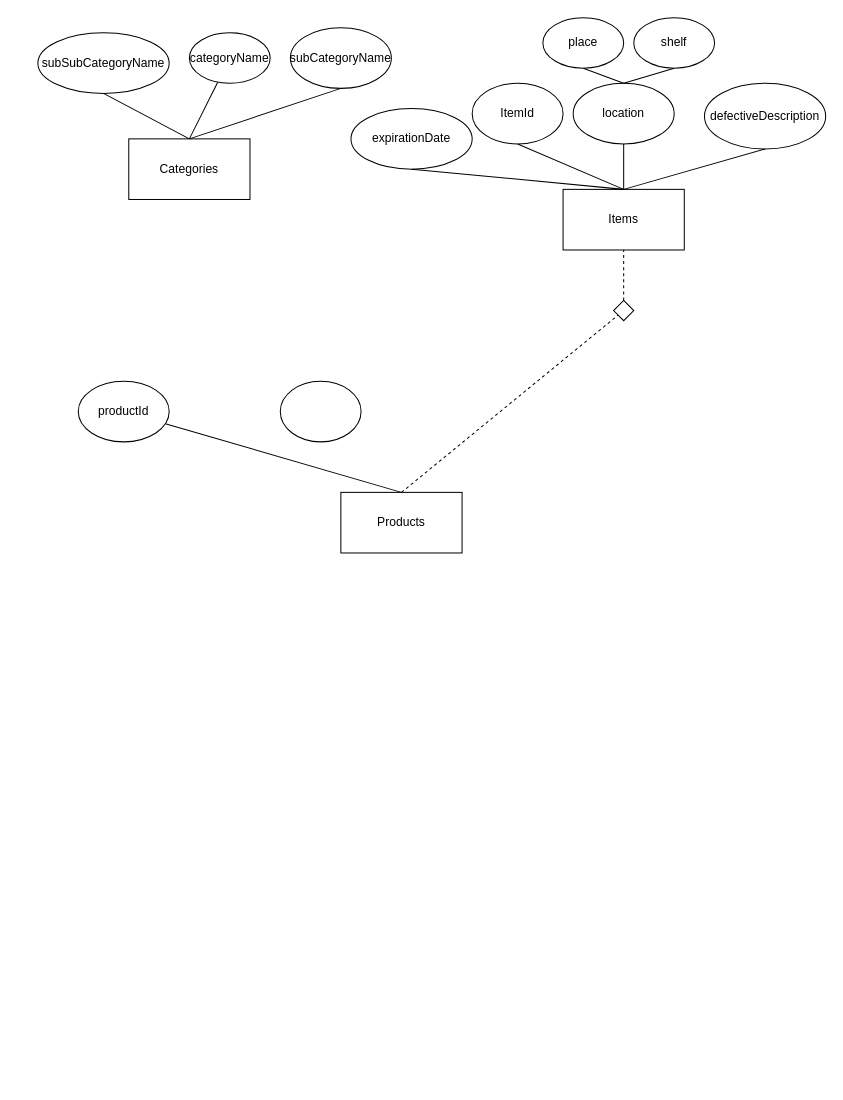
Naveavra/Market keeps this draw.io diagram as docs/erd.drawio. Above is the earlier version. Source tidied: cells renumbered, new cells numbered last; positions are measured from the earlier drawing's top-left corner, leaving out a move shared by most shapes. Both pictures are drawn from the tidied source at 101%, with x=0, y=0 at pixel (37, 17).
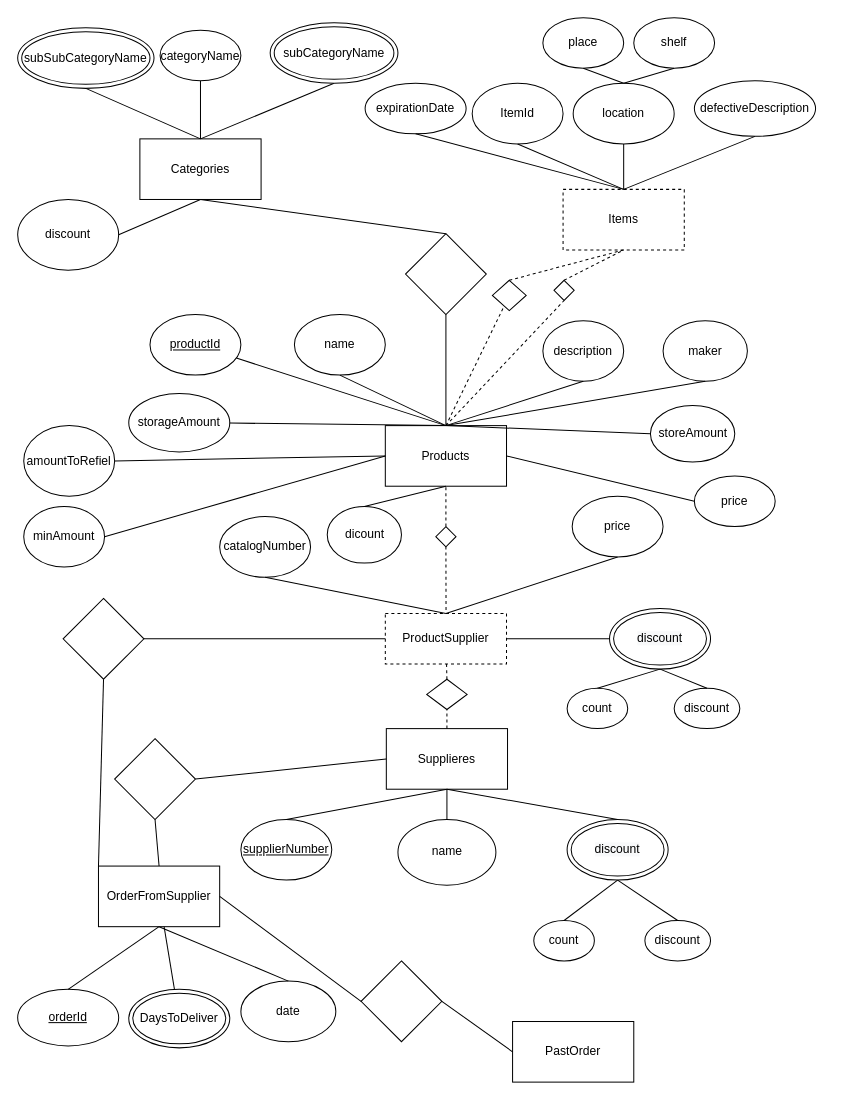
Above is the later version.

Change to the diagram source:
```diff
@@
     <mxCell id="2" value="&lt;span&gt;Categories&lt;/span&gt;" style="rounded=0;whiteSpace=wrap;html=1;" parent="1" vertex="1">
-      <mxGeometry x="90" y="120" width="120" height="60" as="geometry" />
+      <mxGeometry x="101" y="120" width="120" height="60" as="geometry" />
     </mxCell>
     <mxCell id="3" value="Products" style="rounded=0;whiteSpace=wrap;html=1;" parent="1" vertex="1">
-      <mxGeometry x="300" y="470" width="120" height="60" as="geometry" />
+      <mxGeometry x="344" y="403.9" width="120" height="60" as="geometry" />
     </mxCell>
-    <mxCell id="4" value="Items" style="rounded=0;whiteSpace=wrap;html=1;" parent="1" vertex="1">
+    <mxCell id="4" value="Items" style="rounded=0;whiteSpace=wrap;html=1;dashed=1;" parent="1" vertex="1">
       <mxGeometry x="520" y="170" width="120" height="60" as="geometry" />
     </mxCell>
@@
     <mxCell id="6" value="categoryName" style="ellipse;whiteSpace=wrap;html=1;" parent="1" vertex="1">
-      <mxGeometry x="150" y="15" width="80" height="50" as="geometry" />
+      <mxGeometry x="121" y="12.5" width="80" height="50" as="geometry" />
     </mxCell>
-    <mxCell id="7" value="subCategoryName" style="ellipse;whiteSpace=wrap;html=1;" parent="1" vertex="1">
-      <mxGeometry x="250" y="10" width="100" height="60" as="geometry" />
-    </mxCell>
@@
-    <mxCell id="9" value="subSubCategoryName" style="ellipse;whiteSpace=wrap;html=1;" parent="1" vertex="1">
-      <mxGeometry y="15" width="130" height="60" as="geometry" />
-    </mxCell>
@@
-    <mxCell id="12" value="productId" style="ellipse;whiteSpace=wrap;html=1;" parent="1" vertex="1">
-      <mxGeometry x="40" y="360" width="90" height="60" as="geometry" />
+    <mxCell id="12" value="&lt;u&gt;productId&lt;/u&gt;" style="ellipse;whiteSpace=wrap;html=1;" parent="1" vertex="1">
+      <mxGeometry x="111" y="293.9" width="90" height="60" as="geometry" />
     </mxCell>
@@
-    <mxCell id="21" style="endArrow=none;dashed=1;html=1;rounded=0;exitX=0.5;exitY=0;exitDx=0;exitDy=0;" parent="1" edge="1" source="3" target="22">
+    <mxCell id="21" style="endArrow=none;dashed=1;html=1;rounded=0;exitX=0.5;exitY=0;exitDx=0;exitDy=0;entryX=0.5;entryY=1;entryDx=0;entryDy=0;" parent="1" edge="1" source="3" target="22">
       <mxGeometry relative="1" as="geometry" />
     </mxCell>
     <mxCell id="22" style="rhombus;whiteSpace=wrap;html=1;" parent="1" vertex="1">
-      <mxGeometry x="570" y="280" width="20" height="20" as="geometry" />
+      <mxGeometry x="511" y="260" width="20" height="20" as="geometry" />
     </mxCell>
@@
     <mxCell id="24" value="defectiveDescription" style="ellipse;whiteSpace=wrap;html=1;" parent="1" vertex="1">
-      <mxGeometry x="660" y="65" width="120" height="65" as="geometry" />
+      <mxGeometry x="650" y="62.5" width="120" height="55" as="geometry" />
     </mxCell>
@@
     <mxCell id="26" value="expirationDate" style="ellipse;whiteSpace=wrap;html=1;" parent="1" vertex="1">
-      <mxGeometry x="310" y="90" width="120" height="60" as="geometry" />
+      <mxGeometry x="324" y="65" width="100" height="50" as="geometry" />
     </mxCell>
@@
-    <mxCell id="28" style="ellipse;whiteSpace=wrap;html=1;" parent="1" vertex="1">
-      <mxGeometry x="240" y="360" width="80" height="60" as="geometry" />
+    <mxCell id="28" value="name" style="ellipse;whiteSpace=wrap;html=1;" parent="1" vertex="1">
+      <mxGeometry x="254" y="293.9" width="90" height="60" as="geometry" />
     </mxCell>
+    <mxCell id="29" value="ProductSupplier" style="rounded=0;whiteSpace=wrap;html=1;dashed=1;" parent="1" vertex="1">
+      <mxGeometry x="344" y="590" width="120" height="50" as="geometry" />
+    </mxCell>
+    <mxCell id="30" value="price" style="ellipse;whiteSpace=wrap;html=1;" parent="1" vertex="1">
+      <mxGeometry x="529" y="473.9" width="90" height="60" as="geometry" />
+    </mxCell>
+    <mxCell id="31" value="Supplieres" style="rounded=0;whiteSpace=wrap;html=1;" parent="1" vertex="1">
+      <mxGeometry x="345" y="703.9" width="120" height="60" as="geometry" />
+    </mxCell>
+    <mxCell id="32" style="rhombus;whiteSpace=wrap;html=1;" parent="1" vertex="1">
+      <mxGeometry x="385" y="655" width="40" height="30" as="geometry" />
+    </mxCell>
+    <mxCell id="33" style="endArrow=none;dashed=1;html=1;rounded=0;exitX=0.5;exitY=0;exitDx=0;exitDy=0;" parent="1" edge="1" source="32" target="29">
+      <mxGeometry relative="1" as="geometry" />
+    </mxCell>
+    <mxCell id="34" style="endArrow=none;dashed=1;html=1;rounded=0;exitX=0.5;exitY=0;exitDx=0;exitDy=0;entryX=0.5;entryY=1;entryDx=0;entryDy=0;" parent="1" edge="1" source="31" target="32">
+      <mxGeometry relative="1" as="geometry" />
+    </mxCell>
+    <mxCell id="35" style="rhombus;whiteSpace=wrap;html=1;" parent="1" vertex="1">
+      <mxGeometry x="394" y="503.9" width="20" height="20" as="geometry" />
+    </mxCell>
+    <mxCell id="36" style="endArrow=none;dashed=1;html=1;rounded=0;exitX=0.501;exitY=-0.07;exitDx=0;exitDy=0;exitPerimeter=0;entryX=0.5;entryY=1;entryDx=0;entryDy=0;" parent="1" edge="1" source="29" target="35">
+      <mxGeometry relative="1" as="geometry" />
+    </mxCell>
+    <mxCell id="37" style="endArrow=none;dashed=1;html=1;rounded=0;exitX=0.5;exitY=0;exitDx=0;exitDy=0;entryX=0.5;entryY=1;entryDx=0;entryDy=0;" parent="1" edge="1" source="35" target="3">
+      <mxGeometry relative="1" as="geometry" />
+    </mxCell>
+    <mxCell id="38" value="catalogNumber" style="ellipse;whiteSpace=wrap;html=1;" parent="1" vertex="1">
+      <mxGeometry x="180" y="494" width="90" height="60" as="geometry" />
+    </mxCell>
+    <mxCell id="39" style="endArrow=none;html=1;rounded=0;exitX=0.5;exitY=1;exitDx=0;exitDy=0;entryX=0.5;entryY=0;entryDx=0;entryDy=0;" parent="1" edge="1" source="38" target="29">
+      <mxGeometry relative="1" as="geometry" />
+    </mxCell>
+    <mxCell id="40" style="endArrow=none;html=1;rounded=0;exitX=0.5;exitY=0;exitDx=0;exitDy=0;entryX=0.5;entryY=1;entryDx=0;entryDy=0;" parent="1" edge="1" source="29" target="30">
+      <mxGeometry relative="1" as="geometry" />
+    </mxCell>
+    <mxCell id="41" value="&#10;&#10;&lt;span style=&quot;color: rgb(0, 0, 0); font-family: helvetica; font-size: 12px; font-style: normal; font-weight: 400; letter-spacing: normal; text-align: center; text-indent: 0px; text-transform: none; word-spacing: 0px; background-color: rgb(248, 249, 250); display: inline; float: none;&quot;&gt;discount&lt;/span&gt;&#10;&#10;" style="ellipse;shape=doubleEllipse;whiteSpace=wrap;html=1;" parent="1" vertex="1">
+      <mxGeometry x="566" y="585" width="100" height="60" as="geometry" />
+    </mxCell>
+    <mxCell id="42" style="endArrow=none;html=1;rounded=0;exitX=0;exitY=0.5;exitDx=0;exitDy=0;entryX=1;entryY=0.5;entryDx=0;entryDy=0;" parent="1" edge="1" source="41" target="29">
+      <mxGeometry relative="1" as="geometry" />
+    </mxCell>
+    <mxCell id="43" style="endArrow=none;html=1;rounded=0;entryX=0.5;entryY=1;entryDx=0;entryDy=0;exitX=0.5;exitY=0;exitDx=0;exitDy=0;" parent="1" edge="1" source="44" target="41">
+      <mxGeometry relative="1" as="geometry" />
+    </mxCell>
+    <mxCell id="44" value="count" style="ellipse;whiteSpace=wrap;html=1;" parent="1" vertex="1">
+      <mxGeometry x="524" y="663.9" width="60" height="40" as="geometry" />
+    </mxCell>
+    <mxCell id="45" value="discount" style="ellipse;whiteSpace=wrap;html=1;" parent="1" vertex="1">
+      <mxGeometry x="630" y="663.9" width="65" height="40" as="geometry" />
+    </mxCell>
+    <mxCell id="46" style="endArrow=none;html=1;rounded=0;exitX=0.5;exitY=0;exitDx=0;exitDy=0;entryX=0.5;entryY=1;entryDx=0;entryDy=0;" parent="1" edge="1" source="45" target="41">
+      <mxGeometry relative="1" as="geometry" />
+    </mxCell>
+    <mxCell id="47" value="&lt;u&gt;supplierNumber&lt;/u&gt;" style="ellipse;whiteSpace=wrap;html=1;" parent="1" vertex="1">
+      <mxGeometry x="201" y="793.9" width="90" height="60" as="geometry" />
+    </mxCell>
+    <mxCell id="48" style="endArrow=none;html=1;rounded=0;exitX=0.5;exitY=0;exitDx=0;exitDy=0;entryX=0.5;entryY=1;entryDx=0;entryDy=0;" parent="1" edge="1" source="47" target="31">
+      <mxGeometry relative="1" as="geometry" />
+    </mxCell>
+    <mxCell id="49" value="name" style="ellipse;whiteSpace=wrap;html=1;" parent="1" vertex="1">
+      <mxGeometry x="356.5" y="793.9" width="97" height="65" as="geometry" />
+    </mxCell>
+    <mxCell id="50" style="endArrow=none;html=1;rounded=0;exitX=0.5;exitY=0;exitDx=0;exitDy=0;entryX=0.5;entryY=1;entryDx=0;entryDy=0;" parent="1" edge="1" source="49" target="31">
+      <mxGeometry relative="1" as="geometry" />
+    </mxCell>
+    <mxCell id="51" style="endArrow=none;html=1;rounded=0;exitX=0.5;exitY=1;exitDx=0;exitDy=0;entryX=0.5;entryY=0;entryDx=0;entryDy=0;" parent="1" edge="1" source="31" target="52">
+      <mxGeometry relative="1" as="geometry" />
+    </mxCell>
+    <mxCell id="52" value="&#10;&#10;&lt;span style=&quot;color: rgb(0, 0, 0); font-family: helvetica; font-size: 12px; font-style: normal; font-weight: 400; letter-spacing: normal; text-align: center; text-indent: 0px; text-transform: none; word-spacing: 0px; background-color: rgb(248, 249, 250); display: inline; float: none;&quot;&gt;discount&lt;/span&gt;&#10;&#10;" style="ellipse;shape=doubleEllipse;whiteSpace=wrap;html=1;" parent="1" vertex="1">
+      <mxGeometry x="524" y="793.9" width="100" height="60" as="geometry" />
+    </mxCell>
+    <mxCell id="53" style="endArrow=none;html=1;rounded=0;entryX=0.5;entryY=1;entryDx=0;entryDy=0;exitX=0.5;exitY=0;exitDx=0;exitDy=0;" parent="1" edge="1" source="54" target="52">
+      <mxGeometry relative="1" as="geometry" />
+    </mxCell>
+    <mxCell id="54" value="count" style="ellipse;whiteSpace=wrap;html=1;" parent="1" vertex="1">
+      <mxGeometry x="491" y="893.9" width="60" height="40" as="geometry" />
+    </mxCell>
+    <mxCell id="55" value="discount" style="ellipse;whiteSpace=wrap;html=1;" parent="1" vertex="1">
+      <mxGeometry x="601" y="893.9" width="65" height="40" as="geometry" />
+    </mxCell>
+    <mxCell id="56" style="endArrow=none;html=1;rounded=0;exitX=0.5;exitY=0;exitDx=0;exitDy=0;entryX=0.5;entryY=1;entryDx=0;entryDy=0;" parent="1" edge="1" source="55" target="52">
+      <mxGeometry relative="1" as="geometry" />
+    </mxCell>
+    <mxCell id="57" value="OrderFromSupplier" style="rounded=0;whiteSpace=wrap;html=1;" parent="1" vertex="1">
+      <mxGeometry x="60" y="840" width="120" height="60" as="geometry" />
+    </mxCell>
+    <mxCell id="58" value="&lt;u&gt;orderId&lt;/u&gt;" style="ellipse;whiteSpace=wrap;html=1;" parent="1" vertex="1">
+      <mxGeometry x="-20" y="962" width="100" height="56.1" as="geometry" />
+    </mxCell>
+    <mxCell id="59" style="endArrow=none;html=1;rounded=0;entryX=0.5;entryY=1;entryDx=0;entryDy=0;exitX=0.5;exitY=0;exitDx=0;exitDy=0;" parent="1" edge="1" source="58" target="57">
+      <mxGeometry relative="1" as="geometry" />
+    </mxCell>
+    <mxCell id="60" style="rhombus;whiteSpace=wrap;html=1;" parent="1" vertex="1">
+      <mxGeometry x="76" y="713.9" width="80" height="80" as="geometry" />
+    </mxCell>
+    <mxCell id="61" style="endArrow=none;html=1;rounded=0;exitX=0.5;exitY=0;exitDx=0;exitDy=0;entryX=0.5;entryY=1;entryDx=0;entryDy=0;" parent="1" edge="1" source="57" target="60">
+      <mxGeometry relative="1" as="geometry" />
+    </mxCell>
+    <mxCell id="62" style="endArrow=none;html=1;rounded=0;entryX=0;entryY=0.5;entryDx=0;entryDy=0;exitX=1;exitY=0.5;exitDx=0;exitDy=0;" parent="1" edge="1" source="60" target="31">
+      <mxGeometry relative="1" as="geometry" />
+    </mxCell>
+    <mxCell id="63" value="date" style="ellipse;whiteSpace=wrap;html=1;" parent="1" vertex="1">
+      <mxGeometry x="201" y="953.9" width="94" height="60" as="geometry" />
+    </mxCell>
+    <mxCell id="64" style="endArrow=none;html=1;rounded=0;exitX=0.5;exitY=1;exitDx=0;exitDy=0;entryX=0.5;entryY=0;entryDx=0;entryDy=0;" parent="1" edge="1" source="57" target="63">
+      <mxGeometry relative="1" as="geometry" />
+    </mxCell>
+    <mxCell id="65" style="rhombus;whiteSpace=wrap;html=1;" parent="1" vertex="1">
+      <mxGeometry x="25" y="575" width="80" height="80" as="geometry" />
+    </mxCell>
+    <mxCell id="66" style="endArrow=none;html=1;rounded=0;exitX=0;exitY=0;exitDx=0;exitDy=0;entryX=0.5;entryY=1;entryDx=0;entryDy=0;" parent="1" edge="1" source="57" target="65">
+      <mxGeometry relative="1" as="geometry" />
+    </mxCell>
+    <mxCell id="67" style="endArrow=none;html=1;rounded=0;exitX=1;exitY=0.5;exitDx=0;exitDy=0;entryX=0;entryY=0.5;entryDx=0;entryDy=0;" parent="1" edge="1" source="65" target="29">
+      <mxGeometry relative="1" as="geometry" />
+    </mxCell>
+    <mxCell id="68" value="PastOrder" style="rounded=0;whiteSpace=wrap;html=1;" parent="1" vertex="1">
+      <mxGeometry x="470" y="993.9" width="120" height="60" as="geometry" />
+    </mxCell>
+    <mxCell id="69" style="rhombus;whiteSpace=wrap;html=1;" parent="1" vertex="1">
+      <mxGeometry x="320" y="933.9" width="80" height="80" as="geometry" />
+    </mxCell>
+    <mxCell id="70" style="endArrow=none;html=1;rounded=0;exitX=1;exitY=0.5;exitDx=0;exitDy=0;entryX=0;entryY=0.5;entryDx=0;entryDy=0;" parent="1" edge="1" source="57" target="69">
+      <mxGeometry relative="1" as="geometry" />
+    </mxCell>
+    <mxCell id="71" style="endArrow=none;html=1;rounded=0;exitX=1;exitY=0.5;exitDx=0;exitDy=0;entryX=0;entryY=0.5;entryDx=0;entryDy=0;" parent="1" edge="1" source="69" target="68">
+      <mxGeometry relative="1" as="geometry" />
+    </mxCell>
+    <mxCell id="72" value="DaysToDeliver" style="ellipse;shape=doubleEllipse;whiteSpace=wrap;html=1;" parent="1" vertex="1">
+      <mxGeometry x="90" y="962" width="100" height="58" as="geometry" />
+    </mxCell>
+    <mxCell id="73" style="endArrow=none;html=1;rounded=0;" parent="1" edge="1" source="57" target="72">
+      <mxGeometry relative="1" as="geometry" />
+    </mxCell>
+    <mxCell id="74" style="rhombus;whiteSpace=wrap;html=1;" parent="1" vertex="1">
+      <mxGeometry x="364" y="213.9" width="80" height="80" as="geometry" />
+    </mxCell>
+    <mxCell id="75" style="endArrow=none;html=1;rounded=0;exitX=0.5;exitY=0;exitDx=0;exitDy=0;entryX=0.5;entryY=1;entryDx=0;entryDy=0;" parent="1" edge="1" source="3" target="74">
+      <mxGeometry relative="1" as="geometry" />
+    </mxCell>
+    <mxCell id="76" style="endArrow=none;html=1;rounded=0;exitX=0.5;exitY=0;exitDx=0;exitDy=0;entryX=0.5;entryY=1;entryDx=0;entryDy=0;" parent="1" edge="1" source="74" target="2">
+      <mxGeometry relative="1" as="geometry" />
+    </mxCell>
+    <mxCell id="77" value="description" style="ellipse;whiteSpace=wrap;html=1;" parent="1" vertex="1">
+      <mxGeometry x="500" y="300" width="80" height="60" as="geometry" />
+    </mxCell>
+    <mxCell id="78" style="endArrow=none;html=1;rounded=0;entryX=0.5;entryY=1;entryDx=0;entryDy=0;exitX=0.5;exitY=0;exitDx=0;exitDy=0;" parent="1" edge="1" source="3" target="77">
+      <mxGeometry relative="1" as="geometry" />
+    </mxCell>
+    <mxCell id="79" style="endArrow=none;html=1;rounded=0;entryX=0.5;entryY=1;entryDx=0;entryDy=0;exitX=0.5;exitY=0;exitDx=0;exitDy=0;" parent="1" edge="1" source="3" target="28">
+      <mxGeometry relative="1" as="geometry" />
+    </mxCell>
+    <mxCell id="80" value="maker" style="ellipse;whiteSpace=wrap;html=1;" parent="1" vertex="1">
+      <mxGeometry x="619" y="300" width="83.5" height="60" as="geometry" />
+    </mxCell>
+    <mxCell id="81" style="endArrow=none;html=1;rounded=0;entryX=0.5;entryY=1;entryDx=0;entryDy=0;exitX=0.5;exitY=0;exitDx=0;exitDy=0;" parent="1" edge="1" source="3" target="80">
+      <mxGeometry relative="1" as="geometry" />
+    </mxCell>
+    <mxCell id="82" value="storeAmount" style="ellipse;whiteSpace=wrap;html=1;" parent="1" vertex="1">
+      <mxGeometry x="606.5" y="383.9" width="83.5" height="56.1" as="geometry" />
+    </mxCell>
+    <mxCell id="83" style="endArrow=none;html=1;rounded=0;entryX=0;entryY=0.5;entryDx=0;entryDy=0;exitX=0.5;exitY=0;exitDx=0;exitDy=0;" parent="1" edge="1" source="3" target="82">
+      <mxGeometry relative="1" as="geometry" />
+    </mxCell>
+    <mxCell id="84" value="storageAmount" style="ellipse;whiteSpace=wrap;html=1;" parent="1" vertex="1">
+      <mxGeometry x="90" y="372" width="100" height="58" as="geometry" />
+    </mxCell>
+    <mxCell id="85" style="endArrow=none;html=1;rounded=0;entryX=0.5;entryY=0;entryDx=0;entryDy=0;" parent="1" edge="1" source="84" target="3">
+      <mxGeometry relative="1" as="geometry" />
+    </mxCell>
+    <mxCell id="86" value="amountToRefiel" style="ellipse;whiteSpace=wrap;html=1;" parent="1" vertex="1">
+      <mxGeometry x="-14" y="403.9" width="90" height="70" as="geometry" />
+    </mxCell>
+    <mxCell id="87" value="minAmount" style="ellipse;whiteSpace=wrap;html=1;" parent="1" vertex="1">
+      <mxGeometry x="-14" y="483.9" width="80" height="60" as="geometry" />
+    </mxCell>
+    <mxCell id="88" style="endArrow=none;html=1;rounded=0;entryX=0;entryY=0.5;entryDx=0;entryDy=0;exitX=1;exitY=0.5;exitDx=0;exitDy=0;" parent="1" edge="1" source="87" target="3">
+      <mxGeometry relative="1" as="geometry" />
+    </mxCell>
+    <mxCell id="89" style="endArrow=none;html=1;rounded=0;exitX=1;exitY=0.5;exitDx=0;exitDy=0;entryX=0;entryY=0.5;entryDx=0;entryDy=0;" parent="1" edge="1" source="86" target="3">
+      <mxGeometry relative="1" as="geometry" />
+    </mxCell>
+    <mxCell id="90" value="price" style="ellipse;whiteSpace=wrap;html=1;" parent="1" vertex="1">
+      <mxGeometry x="650" y="453.9" width="80" height="50" as="geometry" />
+    </mxCell>
+    <mxCell id="91" style="endArrow=none;html=1;rounded=0;entryX=0;entryY=0.5;entryDx=0;entryDy=0;exitX=1;exitY=0.5;exitDx=0;exitDy=0;" parent="1" edge="1" source="3" target="90">
+      <mxGeometry relative="1" as="geometry" />
+    </mxCell>
+    <mxCell id="92" value="dicount" style="ellipse;whiteSpace=wrap;html=1;" parent="1" vertex="1">
+      <mxGeometry x="286.5" y="483.9" width="73.5" height="56.1" as="geometry" />
+    </mxCell>
+    <mxCell id="93" style="endArrow=none;html=1;rounded=0;entryX=0.5;entryY=1;entryDx=0;entryDy=0;exitX=0.5;exitY=0;exitDx=0;exitDy=0;" parent="1" edge="1" source="92" target="3">
+      <mxGeometry relative="1" as="geometry" />
+    </mxCell>
+    <mxCell id="94" style="endArrow=none;dashed=1;html=1;rounded=0;exitX=0.5;exitY=0;exitDx=0;exitDy=0;" parent="1" edge="1" source="3" target="95">
+      <mxGeometry relative="1" as="geometry" />
+    </mxCell>
+    <mxCell id="95" style="rhombus;whiteSpace=wrap;html=1;" parent="1" vertex="1">
+      <mxGeometry x="450" y="260" width="33.5" height="30" as="geometry" />
+    </mxCell>
+    <mxCell id="96" style="endArrow=none;dashed=1;html=1;rounded=0;exitX=0.5;exitY=0;exitDx=0;exitDy=0;" parent="1" edge="1" source="95">
+      <mxGeometry relative="1" as="geometry">
+        <mxPoint x="580" y="230" as="targetPoint" />
+      </mxGeometry>
+    </mxCell>
+    <mxCell id="97" value="discount" style="ellipse;whiteSpace=wrap;html=1;" parent="1" vertex="1">
+      <mxGeometry x="-20" y="180" width="100" height="70" as="geometry" />
+    </mxCell>
+    <mxCell id="98" style="endArrow=none;html=1;rounded=0;exitX=1;exitY=0.5;exitDx=0;exitDy=0;entryX=0.5;entryY=1;entryDx=0;entryDy=0;" parent="1" edge="1" source="97" target="2">
+      <mxGeometry relative="1" as="geometry" />
+    </mxCell>
+    <mxCell id="9" value="&lt;span&gt;subSubCategoryName&lt;/span&gt;" style="ellipse;shape=doubleEllipse;whiteSpace=wrap;html=1;" parent="1" vertex="1">
+      <mxGeometry x="-20" y="10" width="135" height="60" as="geometry" />
+    </mxCell>
+    <mxCell id="7" value="&lt;span&gt;subCategoryName&lt;/span&gt;" style="ellipse;shape=doubleEllipse;whiteSpace=wrap;html=1;" parent="1" vertex="1">
+      <mxGeometry x="230" y="5" width="126.5" height="60" as="geometry" />
+    </mxCell>
```
